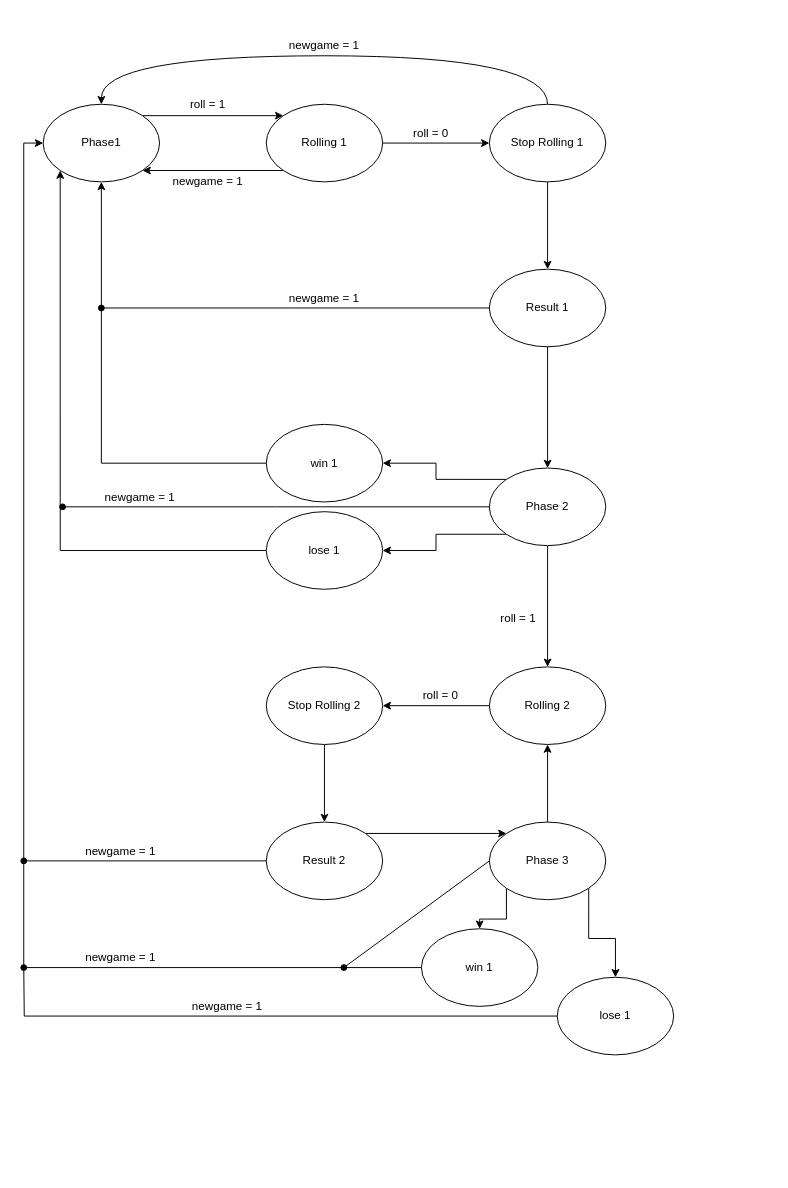
Above: StateMachine.drawio in MikeKall/FPGA_Dice (draw.io), before the change. Source tidied: cells renumbered, new cells numbered last; positions are measured from the earlier drawing's top-left corner, leaving out a move shared by most shapes. Both pictures are drawn from the tidied source at 97%, with x=0, y=0 at pixel (23, 36).
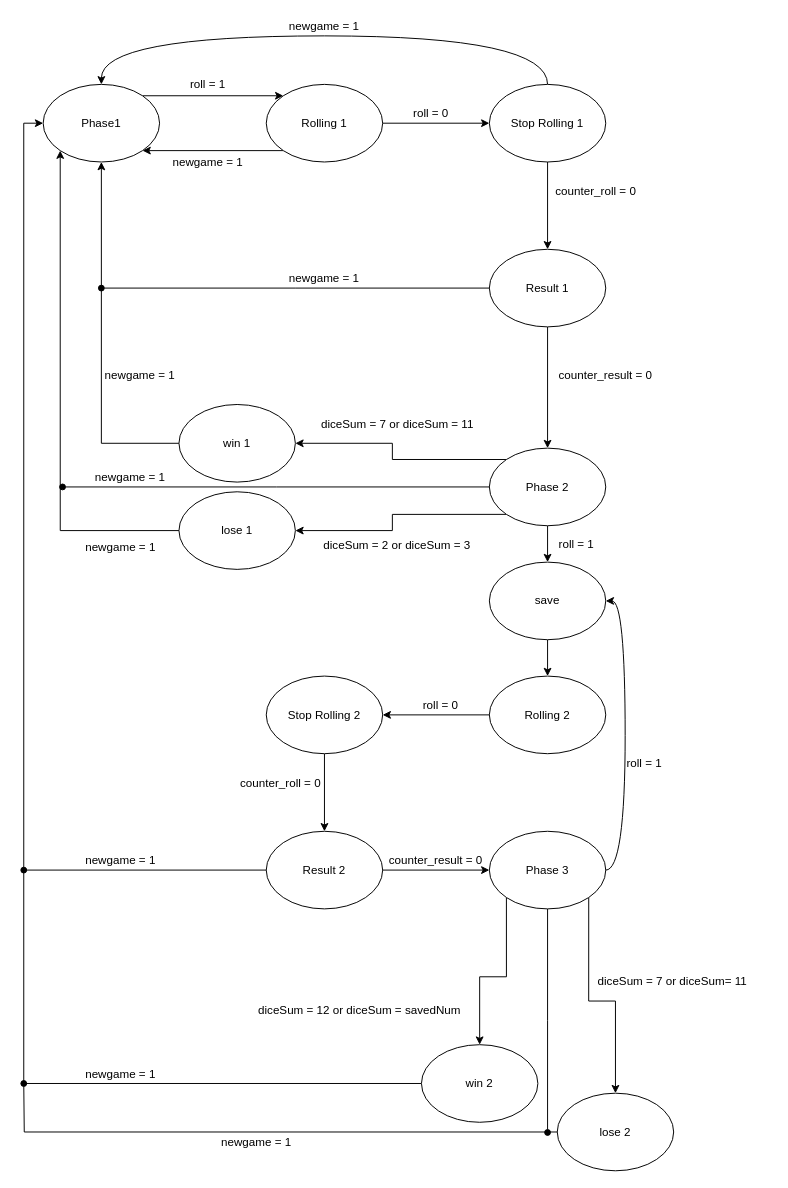
After the change.

Commit message (it also covers changes not shown here):
Finished the state machine diagram

Diff of the diagram source:
```diff
@@
     <mxCell id="3" value="Phase1" style="ellipse;whiteSpace=wrap;html=1;" parent="1" vertex="1">
-      <mxGeometry x="20" y="70" width="120" height="80" as="geometry" />
+      <mxGeometry x="20" y="49.5" width="120" height="80" as="geometry" />
     </mxCell>
@@
     <mxCell id="6" value="Rolling 1" style="ellipse;whiteSpace=wrap;html=1;" parent="1" vertex="1">
-      <mxGeometry x="250" y="70" width="120" height="80" as="geometry" />
+      <mxGeometry x="250" y="49.5" width="120" height="80" as="geometry" />
     </mxCell>
@@
     <mxCell id="8" style="edgeStyle=orthogonalEdgeStyle;rounded=0;jettySize=auto;html=1;exitX=0.5;exitY=0;exitDx=0;exitDy=0;entryX=0.5;entryY=0;entryDx=0;entryDy=0;curved=1;" parent="1" edge="1" source="9" target="3">
       <mxGeometry relative="1" as="geometry">
         <Array as="points">
-          <mxPoint x="540" y="20" />
-          <mxPoint x="80" y="20" />
+          <mxPoint x="540" y="-0.5" />
+          <mxPoint x="80" y="-0.5" />
         </Array>
       </mxGeometry>
     </mxCell>
     <mxCell id="9" value="Stop Rolling 1" style="ellipse;whiteSpace=wrap;html=1;" parent="1" vertex="1">
-      <mxGeometry x="480" y="70" width="120" height="80" as="geometry" />
+      <mxGeometry x="480" y="49.5" width="120" height="80" as="geometry" />
     </mxCell>
@@
     <mxCell id="11" style="edgeStyle=orthogonalEdgeStyle;rounded=0;jettySize=auto;html=1;exitX=0;exitY=0.5;exitDx=0;exitDy=0;endArrow=oval;endFill=1;" parent="1" edge="1" source="12">
       <mxGeometry relative="1" as="geometry">
-        <mxPoint x="80" y="280" as="targetPoint" />
+        <mxPoint x="80" y="259.5" as="targetPoint" />
       </mxGeometry>
     </mxCell>
     <mxCell id="12" value="Result 1" style="ellipse;whiteSpace=wrap;html=1;" parent="1" vertex="1">
-      <mxGeometry x="480" y="240" width="120" height="80" as="geometry" />
+      <mxGeometry x="480" y="219.5" width="120" height="80" as="geometry" />
     </mxCell>
@@
-    <mxCell id="15" style="edgeStyle=none;rounded=0;jettySize=auto;html=1;exitX=0.5;exitY=1;exitDx=0;exitDy=0;entryX=0.5;entryY=0;entryDx=0;entryDy=0;" parent="1" edge="1" source="17" target="23">
-      <mxGeometry relative="1" as="geometry" />
-    </mxCell>
     <mxCell id="16" style="edgeStyle=orthogonalEdgeStyle;rounded=0;jettySize=auto;html=1;exitX=0;exitY=0.5;exitDx=0;exitDy=0;endArrow=oval;endFill=1;" parent="1" edge="1" source="17">
       <mxGeometry relative="1" as="geometry">
-        <mxPoint x="40" y="485" as="targetPoint" />
+        <mxPoint x="40" y="464.5" as="targetPoint" />
       </mxGeometry>
     </mxCell>
+    <mxCell id="49" style="edgeStyle=orthogonalEdgeStyle;rounded=0;jettySize=auto;html=1;exitX=0.5;exitY=1;exitDx=0;exitDy=0;entryX=0.5;entryY=0;entryDx=0;entryDy=0;" parent="1" edge="1" source="17" target="52">
+      <mxGeometry relative="1" as="geometry" />
+    </mxCell>
     <mxCell id="17" value="Phase 2" style="ellipse;whiteSpace=wrap;html=1;" parent="1" vertex="1">
-      <mxGeometry x="480" y="445" width="120" height="80" as="geometry" />
+      <mxGeometry x="480" y="424.5" width="120" height="80" as="geometry" />
     </mxCell>
@@
     <mxCell id="19" value="win 1" style="ellipse;whiteSpace=wrap;html=1;" parent="1" vertex="1">
-      <mxGeometry x="250" y="400" width="120" height="80" as="geometry" />
+      <mxGeometry x="160" y="379.5" width="120" height="80" as="geometry" />
     </mxCell>
     <mxCell id="20" style="edgeStyle=orthogonalEdgeStyle;rounded=0;jettySize=auto;html=1;exitX=0;exitY=0.5;exitDx=0;exitDy=0;endArrow=classic;endFill=1;entryX=0;entryY=1;entryDx=0;entryDy=0;" parent="1" edge="1" source="21" target="3">
       <mxGeometry relative="1" as="geometry">
         <Array as="points">
-          <mxPoint x="38" y="530" />
+          <mxPoint x="38" y="509.5" />
         </Array>
       </mxGeometry>
     </mxCell>
     <mxCell id="21" value="lose 1" style="ellipse;whiteSpace=wrap;html=1;" parent="1" vertex="1">
-      <mxGeometry x="250" y="490" width="120" height="80" as="geometry" />
+      <mxGeometry x="160" y="469.5" width="120" height="80" as="geometry" />
     </mxCell>
@@
     <mxCell id="23" value="Rolling 2" style="ellipse;whiteSpace=wrap;html=1;" parent="1" vertex="1">
-      <mxGeometry x="480" y="650" width="120" height="80" as="geometry" />
+      <mxGeometry x="480" y="659.5" width="120" height="80" as="geometry" />
     </mxCell>
@@
     <mxCell id="25" value="Stop Rolling 2" style="ellipse;whiteSpace=wrap;html=1;" parent="1" vertex="1">
-      <mxGeometry x="250" y="650" width="120" height="80" as="geometry" />
+      <mxGeometry x="250" y="659.5" width="120" height="80" as="geometry" />
     </mxCell>
-    <mxCell id="26" style="edgeStyle=orthogonalEdgeStyle;rounded=0;jettySize=auto;html=1;exitX=1;exitY=0;exitDx=0;exitDy=0;entryX=0;entryY=0;entryDx=0;entryDy=0;" parent="1" edge="1" source="28" target="33">
+    <mxCell id="26" style="edgeStyle=orthogonalEdgeStyle;rounded=0;jettySize=auto;html=1;exitX=1;exitY=0.5;exitDx=0;exitDy=0;entryX=0;entryY=0.5;entryDx=0;entryDy=0;" parent="1" edge="1" source="28" target="33">
       <mxGeometry relative="1" as="geometry" />
     </mxCell>
     <mxCell id="27" style="edgeStyle=orthogonalEdgeStyle;rounded=0;jettySize=auto;html=1;exitX=0;exitY=0.5;exitDx=0;exitDy=0;endArrow=oval;endFill=1;" parent="1" edge="1" source="28">
       <mxGeometry relative="1" as="geometry">
-        <mxPoint y="850" as="targetPoint" />
+        <mxPoint y="859.5" as="targetPoint" />
+        <Array as="points">
+          <mxPoint y="859.5" />
+        </Array>
       </mxGeometry>
     </mxCell>
     <mxCell id="28" value="Result 2" style="ellipse;whiteSpace=wrap;html=1;" parent="1" vertex="1">
-      <mxGeometry x="250" y="810" width="120" height="80" as="geometry" />
+      <mxGeometry x="250" y="819.5" width="120" height="80" as="geometry" />
     </mxCell>
-    <mxCell id="29" style="edgeStyle=orthogonalEdgeStyle;rounded=0;jettySize=auto;html=1;exitX=0.5;exitY=0;exitDx=0;exitDy=0;entryX=0.5;entryY=1;entryDx=0;entryDy=0;" parent="1" edge="1" source="33" target="23">
-      <mxGeometry relative="1" as="geometry" />
+    <mxCell id="29" style="edgeStyle=orthogonalEdgeStyle;rounded=0;jettySize=auto;html=1;exitX=1;exitY=0.5;exitDx=0;exitDy=0;entryX=1;entryY=0.5;entryDx=0;entryDy=0;curved=1;" parent="1" edge="1" source="33" target="52">
+      <mxGeometry relative="1" as="geometry">
+        <Array as="points">
+          <mxPoint x="620" y="860" />
+          <mxPoint x="620" y="582" />
+        </Array>
+      </mxGeometry>
     </mxCell>
@@
-    <mxCell id="32" style="rounded=0;jettySize=auto;html=1;exitX=0;exitY=0.5;exitDx=0;exitDy=0;endArrow=oval;endFill=1;" parent="1" edge="1" source="33">
-      <mxGeometry relative="1" as="geometry">
-        <mxPoint x="330" y="960" as="targetPoint" />
-      </mxGeometry>
-    </mxCell>
+    <mxCell id="50" style="edgeStyle=orthogonalEdgeStyle;rounded=0;jettySize=auto;html=1;exitX=0.5;exitY=1;exitDx=0;exitDy=0;endArrow=oval;endFill=1;" parent="1" edge="1" source="33">
+      <mxGeometry relative="1" as="geometry">
+        <mxPoint x="540" y="1130" as="targetPoint" />
+      </mxGeometry>
+    </mxCell>
     <mxCell id="33" value="Phase 3" style="ellipse;whiteSpace=wrap;html=1;" parent="1" vertex="1">
-      <mxGeometry x="480" y="810" width="120" height="80" as="geometry" />
+      <mxGeometry x="480" y="819.5" width="120" height="80" as="geometry" />
     </mxCell>
@@
-    <mxCell id="35" value="win 1" style="ellipse;whiteSpace=wrap;html=1;" parent="1" vertex="1">
-      <mxGeometry x="410" y="920" width="120" height="80" as="geometry" />
+    <mxCell id="35" value="win 2" style="ellipse;whiteSpace=wrap;html=1;" parent="1" vertex="1">
+      <mxGeometry x="410" y="1039.5" width="120" height="80" as="geometry" />
     </mxCell>
     <mxCell id="36" style="edgeStyle=orthogonalEdgeStyle;rounded=0;jettySize=auto;html=1;exitX=0;exitY=0.5;exitDx=0;exitDy=0;endArrow=oval;endFill=1;" parent="1" edge="1" source="37">
       <mxGeometry relative="1" as="geometry">
-        <mxPoint y="960" as="targetPoint" />
+        <mxPoint y="1079.5" as="targetPoint" />
       </mxGeometry>
     </mxCell>
-    <mxCell id="37" value="lose 1" style="ellipse;whiteSpace=wrap;html=1;" parent="1" vertex="1">
-      <mxGeometry x="550" y="970" width="120" height="80" as="geometry" />
+    <mxCell id="37" value="lose 2" style="ellipse;whiteSpace=wrap;html=1;" parent="1" vertex="1">
+      <mxGeometry x="550" y="1089.5" width="120" height="80" as="geometry" />
     </mxCell>
     <mxCell id="38" value="roll = 1" style="text;html=1;strokeColor=none;fillColor=none;align=center;verticalAlign=middle;whiteSpace=wrap;rounded=0;" parent="1" vertex="1">
-      <mxGeometry x="170" y="60" width="40" height="20" as="geometry" />
+      <mxGeometry x="170" y="39.5" width="40" height="20" as="geometry" />
     </mxCell>
     <mxCell id="39" value="newgame = 1" style="text;html=1;strokeColor=none;fillColor=none;align=center;verticalAlign=middle;whiteSpace=wrap;rounded=0;" parent="1" vertex="1">
-      <mxGeometry x="150" y="140" width="80" height="20" as="geometry" />
+      <mxGeometry x="150" y="119.5" width="80" height="20" as="geometry" />
     </mxCell>
     <mxCell id="40" value="roll = 0" style="text;html=1;strokeColor=none;fillColor=none;align=center;verticalAlign=middle;whiteSpace=wrap;rounded=0;" parent="1" vertex="1">
-      <mxGeometry x="400" y="90" width="40" height="20" as="geometry" />
+      <mxGeometry x="400" y="69.5" width="40" height="20" as="geometry" />
     </mxCell>
     <mxCell id="41" value="newgame = 1" style="text;html=1;strokeColor=none;fillColor=none;align=center;verticalAlign=middle;whiteSpace=wrap;rounded=0;" parent="1" vertex="1">
-      <mxGeometry x="270" width="80" height="20" as="geometry" />
+      <mxGeometry x="270" y="-20.5" width="80" height="20" as="geometry" />
     </mxCell>
     <mxCell id="42" value="newgame = 1" style="text;html=1;strokeColor=none;fillColor=none;align=center;verticalAlign=middle;whiteSpace=wrap;rounded=0;" parent="1" vertex="1">
-      <mxGeometry x="270" y="260" width="80" height="20" as="geometry" />
+      <mxGeometry x="270" y="239.5" width="80" height="20" as="geometry" />
     </mxCell>
     <mxCell id="43" value="newgame = 1" style="text;html=1;strokeColor=none;fillColor=none;align=center;verticalAlign=middle;whiteSpace=wrap;rounded=0;" parent="1" vertex="1">
-      <mxGeometry x="60" y="830" width="80" height="20" as="geometry" />
+      <mxGeometry x="60" y="839.5" width="80" height="20" as="geometry" />
     </mxCell>
     <mxCell id="44" value="roll = 1" style="text;html=1;strokeColor=none;fillColor=none;align=center;verticalAlign=middle;whiteSpace=wrap;rounded=0;" parent="1" vertex="1">
-      <mxGeometry x="490" y="590" width="40" height="20" as="geometry" />
+      <mxGeometry x="550" y="513.5" width="40" height="20" as="geometry" />
     </mxCell>
     <mxCell id="45" value="roll = 0" style="text;html=1;strokeColor=none;fillColor=none;align=center;verticalAlign=middle;whiteSpace=wrap;rounded=0;" parent="1" vertex="1">
-      <mxGeometry x="410" y="670" width="40" height="20" as="geometry" />
+      <mxGeometry x="410" y="679.5" width="40" height="20" as="geometry" />
     </mxCell>
     <mxCell id="46" value="newgame = 1" style="text;html=1;strokeColor=none;fillColor=none;align=center;verticalAlign=middle;whiteSpace=wrap;rounded=0;" parent="1" vertex="1">
-      <mxGeometry x="80" y="465" width="80" height="20" as="geometry" />
+      <mxGeometry x="70" y="444.5" width="80" height="20" as="geometry" />
     </mxCell>
     <mxCell id="47" value="newgame = 1" style="text;html=1;strokeColor=none;fillColor=none;align=center;verticalAlign=middle;whiteSpace=wrap;rounded=0;" parent="1" vertex="1">
-      <mxGeometry x="60" y="940" width="80" height="20" as="geometry" />
+      <mxGeometry x="60" y="1059.5" width="80" height="20" as="geometry" />
     </mxCell>
     <mxCell id="48" value="newgame = 1" style="text;html=1;strokeColor=none;fillColor=none;align=center;verticalAlign=middle;whiteSpace=wrap;rounded=0;" parent="1" vertex="1">
-      <mxGeometry x="170" y="990" width="80" height="20" as="geometry" />
+      <mxGeometry x="200" y="1129.5" width="80" height="20" as="geometry" />
     </mxCell>
+    <mxCell id="51" style="edgeStyle=orthogonalEdgeStyle;rounded=0;jettySize=auto;html=1;exitX=0.5;exitY=1;exitDx=0;exitDy=0;entryX=0.5;entryY=0;entryDx=0;entryDy=0;" parent="1" edge="1" source="52" target="23">
+      <mxGeometry relative="1" as="geometry" />
+    </mxCell>
+    <mxCell id="52" value="save" style="ellipse;whiteSpace=wrap;html=1;" parent="1" vertex="1">
+      <mxGeometry x="480" y="542" width="120" height="80" as="geometry" />
+    </mxCell>
+    <mxCell id="53" value="roll = 1" style="text;html=1;strokeColor=none;fillColor=none;align=center;verticalAlign=middle;whiteSpace=wrap;rounded=0;" parent="1" vertex="1">
+      <mxGeometry x="620" y="740" width="40" height="20" as="geometry" />
+    </mxCell>
+    <mxCell id="54" value="&lt;div align=&quot;left&quot;&gt;counter_roll = 0&lt;br&gt;&lt;/div&gt;" style="text;html=1;strokeColor=none;fillColor=none;align=center;verticalAlign=middle;whiteSpace=wrap;rounded=0;dashed=1;" parent="1" vertex="1">
+      <mxGeometry x="220" y="759.5" width="90" height="20" as="geometry" />
+    </mxCell>
+    <mxCell id="55" value="&lt;div align=&quot;left&quot;&gt;counter_roll = 0&lt;br&gt;&lt;/div&gt;" style="text;html=1;strokeColor=none;fillColor=none;align=center;verticalAlign=middle;whiteSpace=wrap;rounded=0;dashed=1;" parent="1" vertex="1">
+      <mxGeometry x="545" y="149.5" width="90" height="20" as="geometry" />
+    </mxCell>
+    <mxCell id="56" value="counter_result = 0" style="text;html=1;strokeColor=none;fillColor=none;align=center;verticalAlign=middle;whiteSpace=wrap;rounded=0;dashed=1;" parent="1" vertex="1">
+      <mxGeometry x="540" y="339.5" width="120" height="20" as="geometry" />
+    </mxCell>
+    <mxCell id="57" value="diceSum = 2 or diceSum = 3" style="text;html=1;strokeColor=none;fillColor=none;align=center;verticalAlign=middle;whiteSpace=wrap;rounded=0;dashed=1;" parent="1" vertex="1">
+      <mxGeometry x="300" y="516.5" width="170" height="17" as="geometry" />
+    </mxCell>
+    <mxCell id="58" value="diceSum = 7 or diceSum = 11" style="text;html=1;strokeColor=none;fillColor=none;align=center;verticalAlign=middle;whiteSpace=wrap;rounded=0;dashed=1;" parent="1" vertex="1">
+      <mxGeometry x="297.5" y="389.5" width="175" height="20" as="geometry" />
+    </mxCell>
+    <mxCell id="59" value="newgame = 1" style="text;html=1;strokeColor=none;fillColor=none;align=center;verticalAlign=middle;whiteSpace=wrap;rounded=0;" parent="1" vertex="1">
+      <mxGeometry x="60" y="516.5" width="80" height="20" as="geometry" />
+    </mxCell>
+    <mxCell id="60" value="newgame = 1" style="text;html=1;strokeColor=none;fillColor=none;align=center;verticalAlign=middle;whiteSpace=wrap;rounded=0;" parent="1" vertex="1">
+      <mxGeometry x="80" y="339.5" width="80" height="20" as="geometry" />
+    </mxCell>
+    <mxCell id="61" value="counter_result = 0" style="text;html=1;strokeColor=none;fillColor=none;align=center;verticalAlign=middle;whiteSpace=wrap;rounded=0;dashed=1;" parent="1" vertex="1">
+      <mxGeometry x="370" y="839.5" width="110" height="20" as="geometry" />
+    </mxCell>
+    <mxCell id="62" value="diceSum = 7 or diceSum= 11" style="text;html=1;" parent="1" vertex="1">
+      <mxGeometry x="590" y="960" width="180" height="30" as="geometry" />
+    </mxCell>
+    <mxCell id="63" value="&lt;div align=&quot;left&quot;&gt;diceSum = 12 or diceSum = savedNum&lt;/div&gt;" style="text;html=1;" parent="1" vertex="1">
+      <mxGeometry x="240" y="990" width="220" height="20" as="geometry" />
+    </mxCell>
```
